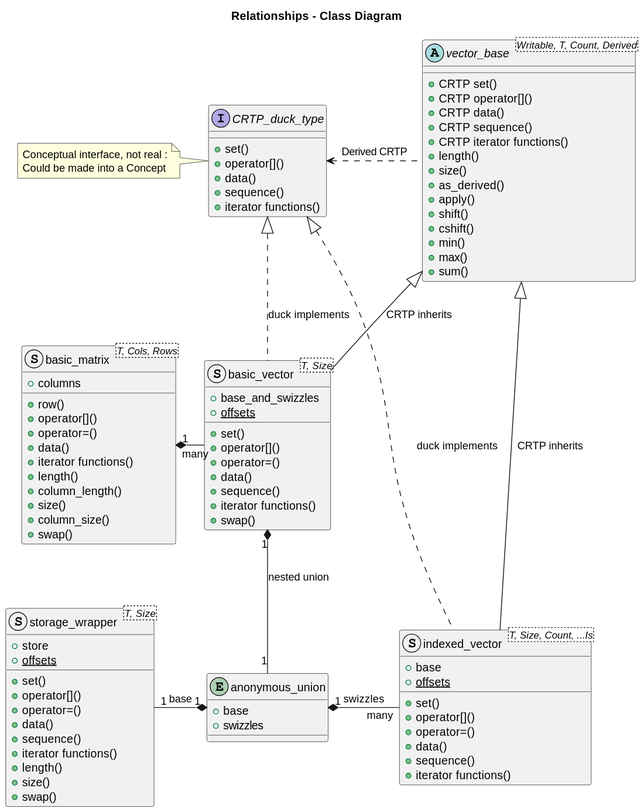
This is docs/dsga.svg from davidbrowne/dsga, a PlantUML export, as it was before one commit.
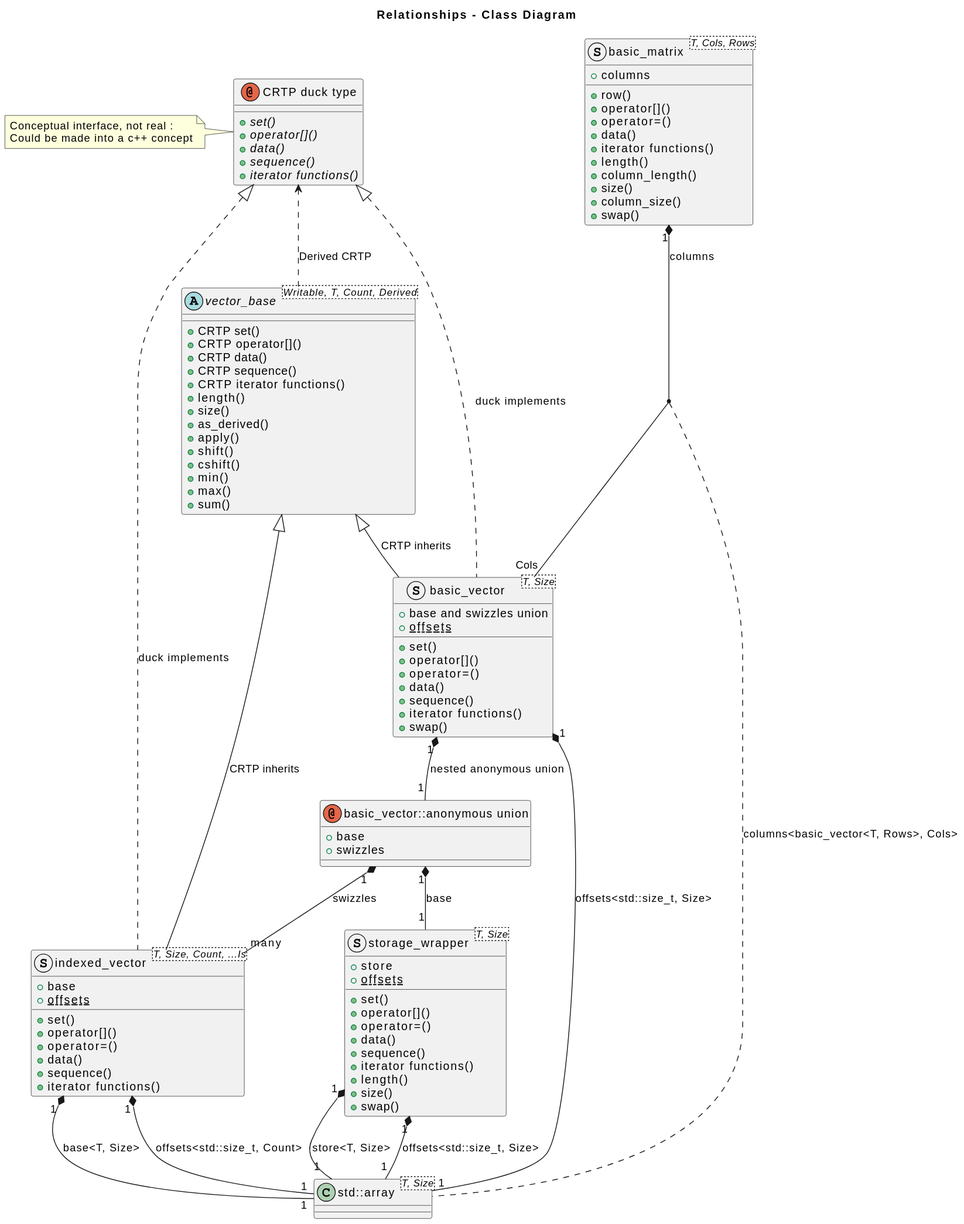
After the change.

Commit message:
refactored UML diagram

Change to the diagram source:
```diff
@@ -1,20 +1,20 @@
 @startuml
 	title Relationships - Class Diagram
-	interface CRTP_duck_type
-{
-	+set()
-		+ operator[]()
-		+ data()
-		+ sequence()
-		+ iterator functions()
-}
-note left of CRTP_duck_type
-	Conceptual interface, not real :
-	Could be made into a Concept
+	annotation "CRTP duck type"
+	{
+		+ {abstract} set()
+		+ {abstract} operator[]()
+		+ {abstract} data()
+		+ {abstract} sequence()
+		+ {abstract} iterator functions()
+	}
+	note left of "CRTP duck type"
+		Conceptual interface, not real :
+		Could be made into a c++ concept
 	end note
 	abstract vector_base <Writable, T, Count, Derived>
-{
-	+CRTP set()
+	{
+		+ CRTP set()
 		+ CRTP operator[]()
 		+ CRTP data()
 		+ CRTP sequence()
@@ -28,10 +28,10 @@
 		+ min()
 		+ max()
 		+ sum()
-}
-struct basic_vector<T, Size>
-{
-	+base_and_swizzles
+	}
+	struct basic_vector<T, Size>
+	{
+		+ base and swizzles union
 		+ {static} offsets
 		+ set()
 		+ operator[]()
@@ -40,15 +40,15 @@
 		+ sequence()
 		+ iterator functions()
 		+ swap()
-}
-entity anonymous_union
-{
-+base
-+ swizzles
-}
+	}
+	annotation "basic_vector::anonymous union"
+	{
+		+ base
+		+ swizzles
+	}
 	struct storage_wrapper<T, Size>
-{
-	+store
+	{
+		+ store
 		+ {static} offsets
 		+ set()
 		+ operator[]()
@@ -59,10 +59,10 @@
 		+ length()
 		+ size()
 		+ swap()
-}
-struct indexed_vector<T, Size, Count, ...Is>
-{
-	+base
+	}
+	struct indexed_vector<T, Size, Count, ...Is>
+	{
+		+ base
 		+ {static} offsets
 		+ set()
 		+ operator[]()
@@ -70,10 +70,10 @@
 		+ data()
 		+ sequence()
 		+ iterator functions()
-}
-struct basic_matrix<T, Cols, Rows>
-{
-	+columns
+	}
+	struct basic_matrix<T, Cols, Rows>
+	{
+		+ columns
 		+ row()
 		+ operator[]()
 		+ operator=()
@@ -84,14 +84,23 @@
 		+ size()
 		+ column_size()
 		+ swap()
-}
-vector_base <|-down- basic_vector: CRTP inherits
+	}
+	class std::array<T, Size>
+	{
+	}
+	vector_base <|-down- basic_vector: CRTP inherits
 	vector_base <|-down- indexed_vector : CRTP inherits
-	CRTP_duck_type ^.. basic_vector : duck implements
-	CRTP_duck_type ^.. indexed_vector : duck implements
-	anonymous_union "1" *-left- "1" storage_wrapper : base
-	anonymous_union "1" *-right- "many" indexed_vector : swizzles
-	basic_vector "1" *-- "1" anonymous_union : nested union
-	CRTP_duck_type <.right. vector_base : Derived CRTP
-	basic_matrix "1" *-right- "many" basic_vector
-	@enduml
+	"CRTP duck type" ^.. basic_vector : duck implements
+	"CRTP duck type" ^.. indexed_vector : duck implements
+	"basic_vector::anonymous union" "1" *-- "1" storage_wrapper : base
+	"basic_vector::anonymous union" "1" *-- "many" indexed_vector : swizzles
+	basic_vector "1" *-- "1" "basic_vector::anonymous union" : nested anonymous union
+	"CRTP duck type" <.. vector_base : Derived CRTP
+	basic_matrix "1" *-- "Cols" basic_vector : columns
+	storage_wrapper "1" *-- "1" std::array : offsets<std::size_t, Size>
+	storage_wrapper "1" *-- "1" std::array : store<T, Size>
+	basic_vector "1" *-- "1" std::array : offsets<std::size_t, Size>
+	indexed_vector "1" *-- "1" std::array : offsets<std::size_t, Count>
+	indexed_vector "1" *-- "1" std::array : base<T, Size>
+	(basic_matrix, basic_vector) .. std::array : columns<basic_vector<T, Rows>, Cols>
+@enduml
```
